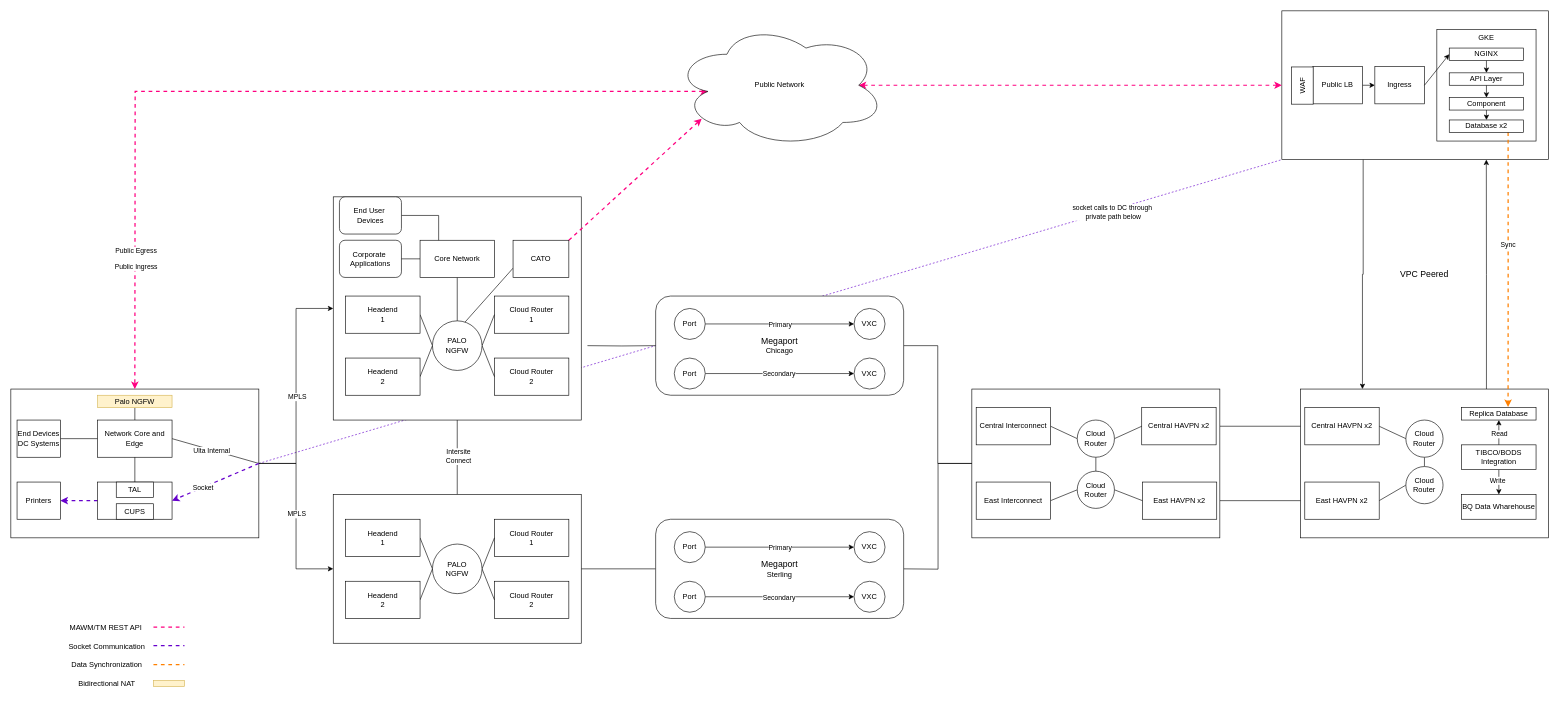
This is page "MAWM Network" (16 of 16) of images/compute.drawio from bpayt2/temp, a draw.io file, before an edit. Source tidied: cells renumbered, new cells numbered last; positions are measured from the earlier drawing's top-left corner, leaving out a move shared by most shapes. Both pictures are drawn from the tidied source at 62%, with x=0, y=0 at pixel (11, 11).
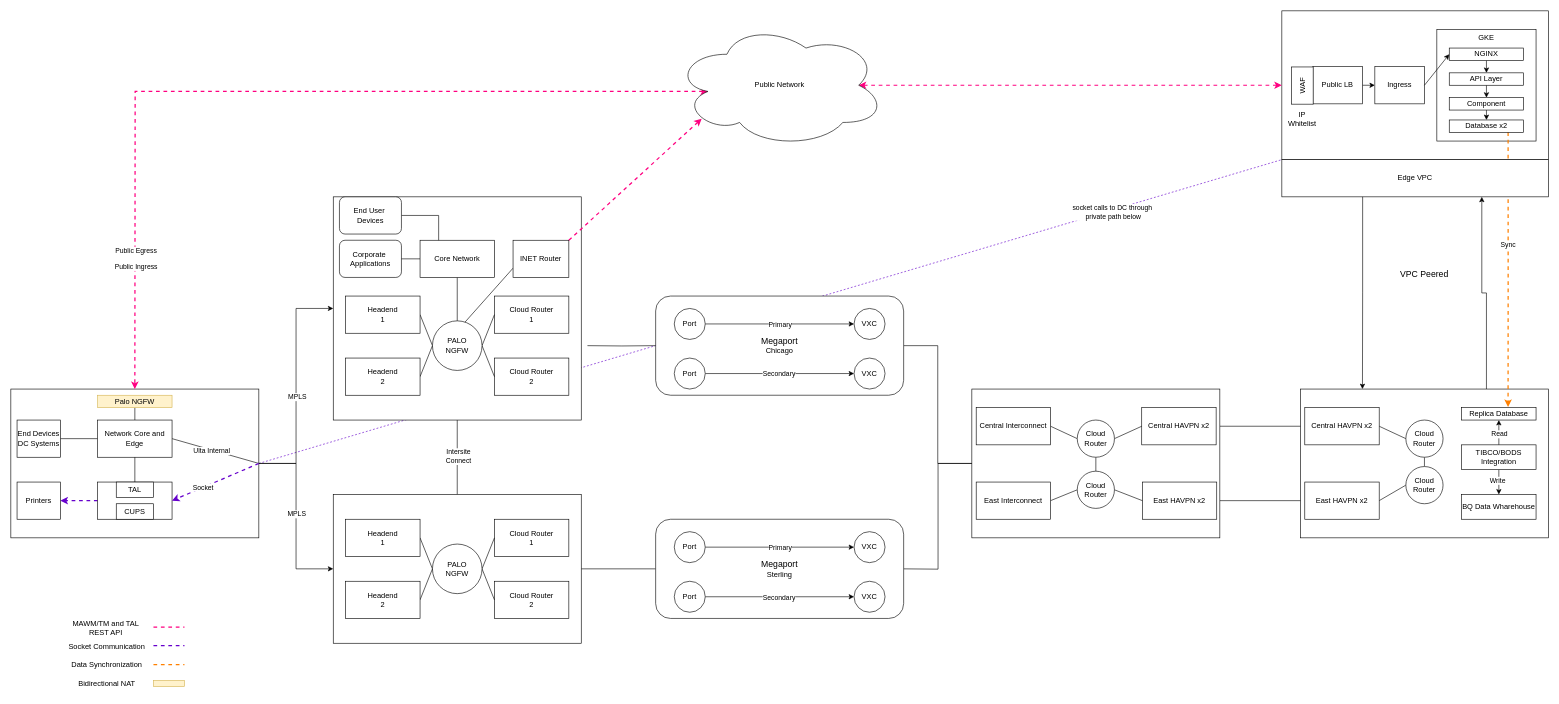
The same diagram, later.

The change refers to these unchanged cells:
```xml
<mxCell id="5" style="rounded=0;whiteSpace=wrap;html=1;" parent="1" vertex="1">
  <mxGeometry x="2050" width="430" height="240" as="geometry" />
</mxCell>
<mxCell id="7" style="rounded=0;whiteSpace=wrap;html=1;" parent="1" vertex="1">
  <mxGeometry x="2080" y="610" width="400" height="240" as="geometry" />
</mxCell>
<mxCell id="25" value="Public Network" style="ellipse;shape=cloud;whiteSpace=wrap;html=1;" parent="1" vertex="1">
  <mxGeometry x="1070" y="20" width="340" height="200" as="geometry" />
</mxCell>
```

The edit, as a diff of the source:
```diff
@@
-    <mxCell id="4" style="edgeStyle=orthogonalEdgeStyle;rounded=0;jettySize=auto;html=1;exitX=0.305;exitY=0.993;exitDx=0;exitDy=0;entryX=0.25;entryY=0;entryDx=0;entryDy=0;exitPerimeter=0;" parent="1" edge="1" source="5" target="7">
+    <mxCell id="4" style="edgeStyle=orthogonalEdgeStyle;rounded=0;jettySize=auto;html=1;exitX=0.303;exitY=0.955;exitDx=0;exitDy=0;entryX=0.25;entryY=0;entryDx=0;entryDy=0;exitPerimeter=0;" parent="1" edge="1" source="138" target="7">
       <mxGeometry relative="1" as="geometry" />
     </mxCell>
@@
-    <mxCell id="6" style="edgeStyle=orthogonalEdgeStyle;rounded=0;jettySize=auto;html=1;exitX=0.75;exitY=0;exitDx=0;exitDy=0;entryX=0.767;entryY=1;entryDx=0;entryDy=0;entryPerimeter=0;" parent="1" edge="1" source="7" target="5">
-      <mxGeometry relative="1" as="geometry" />
-    </mxCell>
+    <mxCell id="137" style="edgeStyle=orthogonalEdgeStyle;rounded=0;jettySize=auto;html=1;exitX=0.75;exitY=0;exitDx=0;exitDy=0;entryX=0.75;entryY=1;entryDx=0;entryDy=0;" parent="1" edge="1" source="7" target="138">
+      <mxGeometry relative="1" as="geometry" />
+    </mxCell>
@@
-    <mxCell id="81" value="MAWM/TM REST API&amp;nbsp;" style="text;html=1;whiteSpace=wrap;strokeColor=none;fillColor=none;align=center;verticalAlign=middle;rounded=0;" parent="1" vertex="1">
+    <mxCell id="81" value="MAWM/TM and TAL&amp;nbsp;&lt;div&gt;REST API&amp;nbsp;&lt;/div&gt;" style="text;html=1;whiteSpace=wrap;strokeColor=none;fillColor=none;align=center;verticalAlign=middle;rounded=0;" parent="1" vertex="1">
       <mxGeometry x="80" y="980" width="150" height="30" as="geometry" />
     </mxCell>
@@
-    <mxCell id="133" value="CATO" style="rounded=0;whiteSpace=wrap;html=1;" parent="1" vertex="1">
+    <mxCell id="133" value="INET Router" style="rounded=0;whiteSpace=wrap;html=1;" parent="1" vertex="1">
       <mxGeometry x="810" y="370" width="90" height="60" as="geometry" />
     </mxCell>
-    <mxCell id="134" style="rounded=0;jettySize=auto;html=1;exitX=1;exitY=0;exitDx=0;exitDy=0;entryX=0.13;entryY=0.77;entryDx=0;entryDy=0;entryPerimeter=0;strokeColor=#FF0080;dashed=1;strokeWidth=2;" parent="1" edge="1" source="133" target="25">
+    <mxCell id="134" style="rounded=0;jettySize=auto;html=1;entryX=0.13;entryY=0.77;entryDx=0;entryDy=0;entryPerimeter=0;strokeColor=#FF0080;dashed=1;strokeWidth=2;exitX=1;exitY=0;exitDx=0;exitDy=0;" parent="1" edge="1" source="133" target="25">
       <mxGeometry relative="1" as="geometry" />
     </mxCell>
@@
+    <mxCell id="138" value="Edge VPC" style="rounded=0;whiteSpace=wrap;html=1;" parent="1" vertex="1">
+      <mxGeometry x="2050" y="240" width="430" height="60" as="geometry" />
+    </mxCell>
+    <mxCell id="139" value="IP Whitelist" style="text;html=1;whiteSpace=wrap;strokeColor=none;fillColor=none;align=center;verticalAlign=middle;rounded=0;" parent="1" vertex="1">
+      <mxGeometry x="2053" y="160" width="60" height="30" as="geometry" />
+    </mxCell>
```
